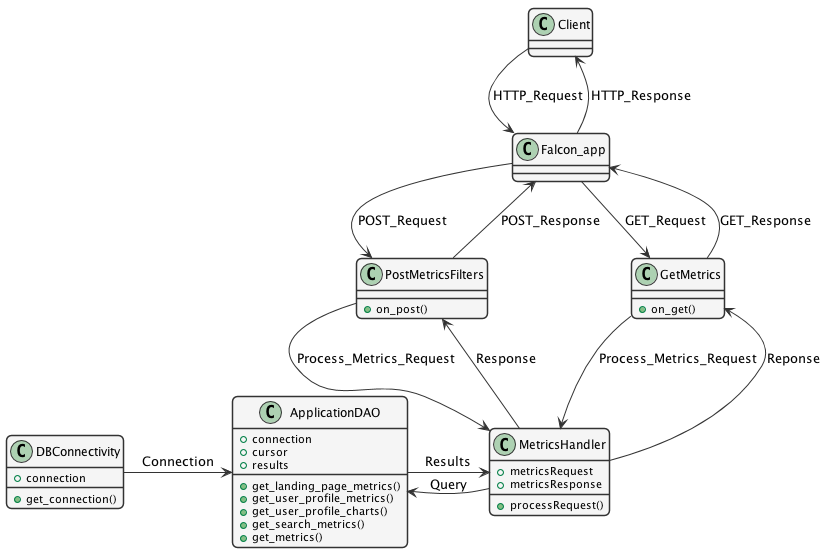
The PlantUML diagram src/metricsServiceAPI/design docs/metrics-service-class-diagram.png in DataONEorg/metrics-service, before a commit.
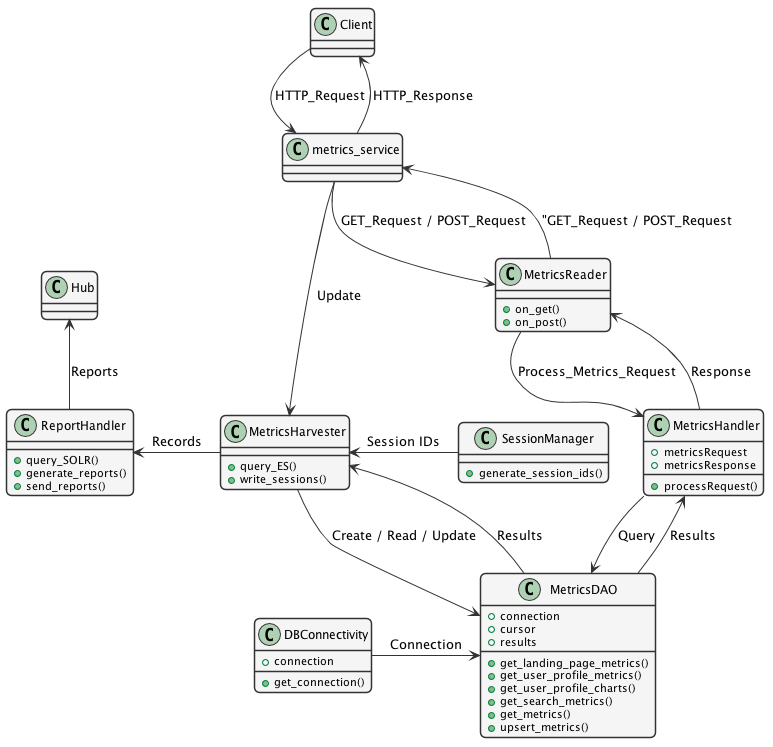
After the change.

Commit message:
Class Diagram - added Metrics Harvester

What changed in the source:
```diff
@@ -39,7 +39,7 @@
       + get_connection()
   }
 
-  class ApplicationDAO {
+  class MetricsDAO {
       + connection
       + cursor
       + results
@@ -48,6 +48,7 @@
       + get_user_profile_charts()
       + get_search_metrics()
       + get_metrics()
+      + upsert_metrics()
   }
 
   class MetricsHandler {
@@ -56,27 +57,42 @@
       + processRequest()
   }
 
-  class GetMetrics {
+  class MetricsReader {
       + on_get()
-  }
-
-  class PostMetricsFilters {
       + on_post()
   }
 
-  Client -down-> Falcon_app :"HTTP_Request"
-  Falcon_app -up-> Client: "HTTP_Response"
-  Falcon_app -down-> GetMetrics: "GET_Request"
-  GetMetrics -up-> Falcon_app: "GET_Response"
-  Falcon_app -down-> PostMetricsFilters: "POST_Request"
-  PostMetricsFilters -up-> Falcon_app : "POST_Response"
-  GetMetrics -down-> MetricsHandler: "Process_Metrics_Request"
-  PostMetricsFilters -down-> MetricsHandler: "Process_Metrics_Request"
-  MetricsHandler -up-> GetMetrics: "Reponse"
-  MetricsHandler -up-> PostMetricsFilters: "Response"
-  MetricsHandler -left-> ApplicationDAO: "Query"
-  ApplicationDAO -right-> MetricsHandler: "Results"
-  DBConnectivity -right-> ApplicationDAO: "Connection"
+  class MetricsHarvester {
+      + query_ES()
+      + write_sessions()
+  }
+
+  class SessionManager {
+      + generate_session_ids()
+  }
+
+  class ReportHandler {
+      + query_SOLR()
+      + generate_reports()
+      + send_reports()
+  }
+
+  Client -down-> metrics_service :"HTTP_Request"
+  metrics_service -up-> Client: "HTTP_Response"
+  metrics_service -down-> MetricsReader: "GET_Request / POST_Request"
+  MetricsReader -up-> metrics_service: ""GET_Request / POST_Request"
+  metrics_service -down-> MetricsHarvester: "Update"
+  MetricsReader -down-> MetricsHandler: "Process_Metrics_Request"
+  MetricsHandler -up-> MetricsReader: "Response"
+  MetricsHandler -down-> MetricsDAO: "Query"
+  MetricsDAO -up-> MetricsHandler: "Results"
+  DBConnectivity -right-> MetricsDAO: "Connection"
+  MetricsHarvester -down-> MetricsDAO: "Create / Read / Update"
+  MetricsDAO -up-> MetricsHarvester: "Results"
+  SessionManager -left-> MetricsHarvester: "Session IDs"
+  MetricsHarvester -left-> ReportHandler: "Records"
+  ReportHandler -up-> Hub : "Reports"
+
 
 
 @enduml
```
